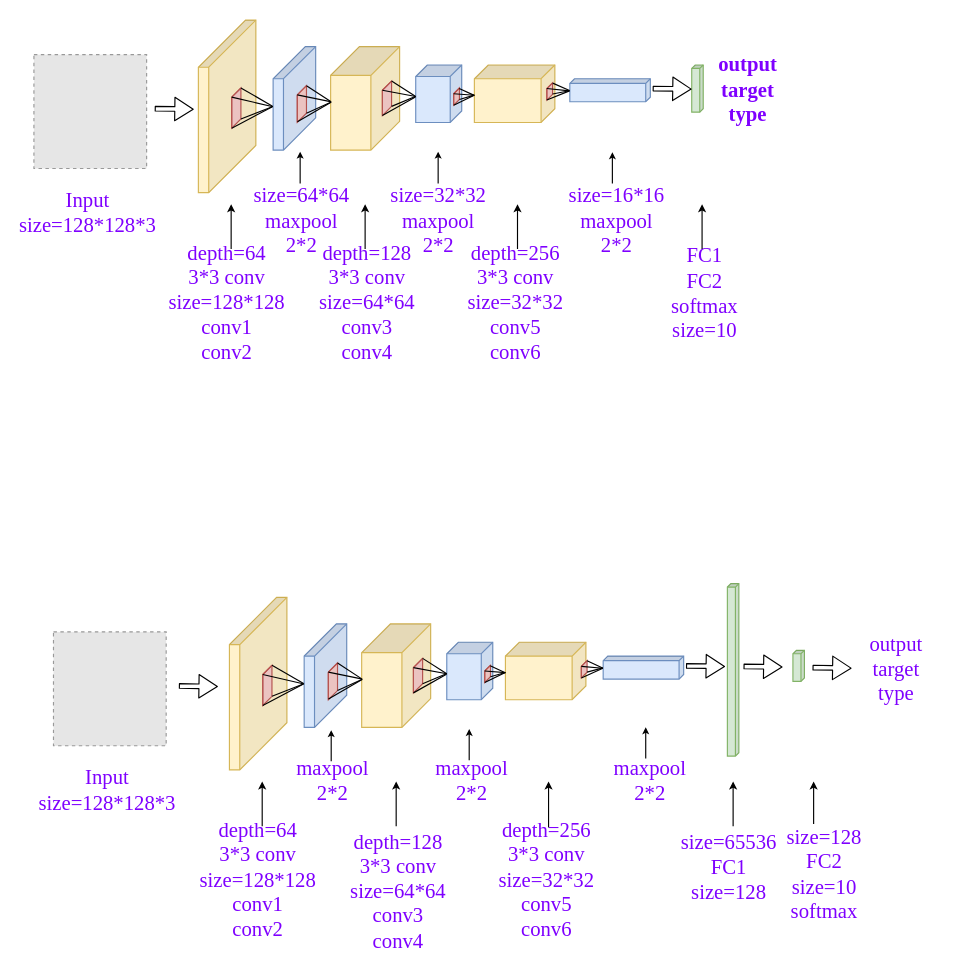
The draw.io diagram cnn.drawio in ByronGe/ff, before the edit. Source tidied: cells renumbered, new cells numbered last; positions are measured from the earlier drawing's top-left corner, leaving out a move shared by most shapes. Both pictures are drawn from the tidied source at 115%, with x=0, y=0 at pixel (33, 20). Pictures stored in the file or linked from it are replaced by grey dashed boxes.
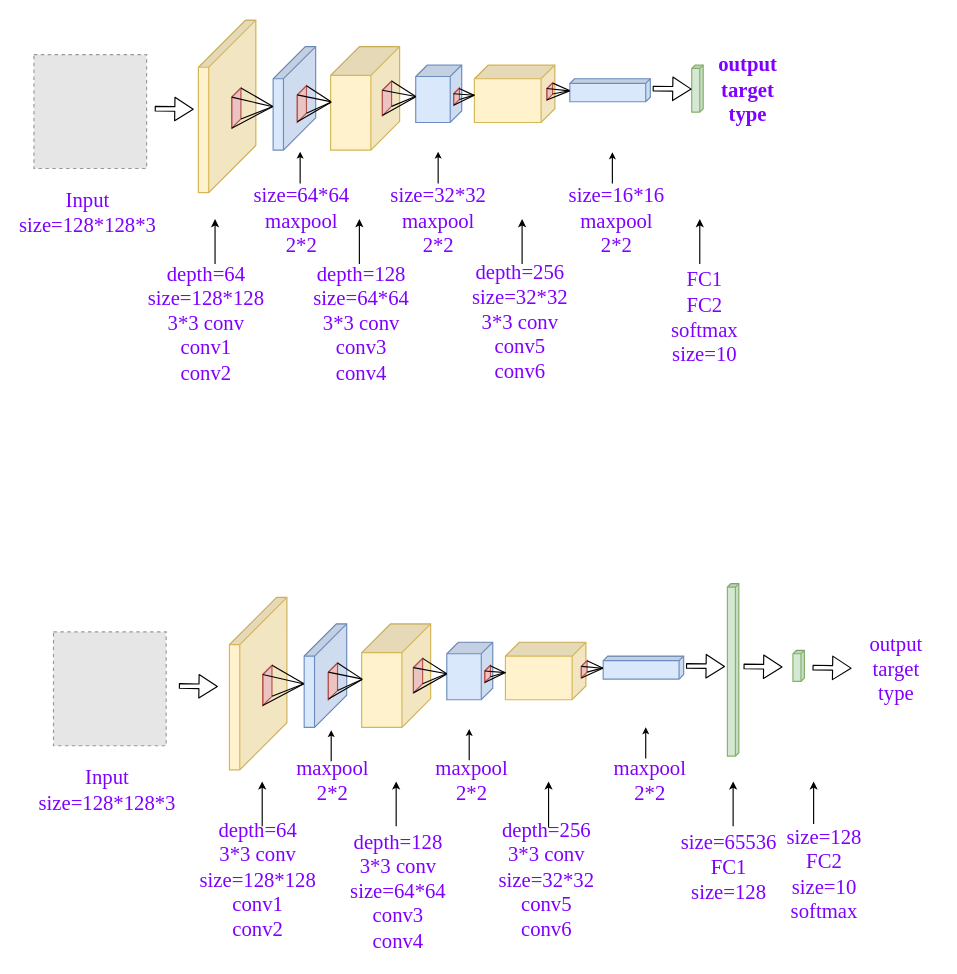
After the change.

Change to the diagram source:
```diff
@@
-    <mxCell id="34" value="&lt;font color=&quot;#7f00ff&quot; style=&quot;font-size: 18px&quot;&gt;&lt;span style=&quot;font-size: 18px&quot;&gt;depth=64&lt;br style=&quot;font-size: 18px&quot;&gt;3*3 conv&lt;br style=&quot;font-size: 18px&quot;&gt;size=128*128&lt;br style=&quot;font-size: 18px&quot;&gt;conv1&lt;br style=&quot;font-size: 18px&quot;&gt;conv2&lt;/span&gt;&lt;/font&gt;" style="text;html=1;strokeColor=none;fillColor=none;align=center;verticalAlign=middle;whiteSpace=wrap;rounded=0;fontFamily=Times New Roman;fontSize=18;fontStyle=0;" parent="1" vertex="1">
-      <mxGeometry x="128" y="212" width="80" height="68" as="geometry" />
+    <mxCell id="34" value="&lt;font color=&quot;#7f00ff&quot; style=&quot;font-size: 18px&quot;&gt;&lt;span style=&quot;font-size: 18px&quot;&gt;depth=64&lt;br&gt;&lt;/span&gt;&lt;/font&gt;&lt;span style=&quot;color: rgb(127 , 0 , 255)&quot;&gt;size=128*128&lt;/span&gt;&lt;br style=&quot;color: rgb(127 , 0 , 255)&quot;&gt;&lt;font color=&quot;#7f00ff&quot; style=&quot;font-size: 18px&quot;&gt;&lt;span style=&quot;font-size: 18px&quot;&gt;3*3 conv&lt;br style=&quot;font-size: 18px&quot;&gt;conv1&lt;br style=&quot;font-size: 18px&quot;&gt;conv2&lt;/span&gt;&lt;/font&gt;" style="text;html=1;strokeColor=none;fillColor=none;align=center;verticalAlign=middle;whiteSpace=wrap;rounded=0;fontFamily=Times New Roman;fontSize=18;fontStyle=0;" parent="1" vertex="1">
+      <mxGeometry x="98" y="205" width="104" height="118" as="geometry" />
     </mxCell>
@@
     <mxCell id="36" value="&lt;font color=&quot;#7f00ff&quot; style=&quot;font-size: 18px&quot;&gt;&lt;span style=&quot;font-size: 18px&quot;&gt;FC1&lt;br&gt;FC2&lt;br&gt;softmax&lt;br&gt;size=10&lt;br style=&quot;font-size: 18px&quot;&gt;&lt;/span&gt;&lt;/font&gt;" style="text;html=1;strokeColor=none;fillColor=none;align=center;verticalAlign=middle;whiteSpace=wrap;rounded=0;direction=south;fontFamily=Times New Roman;fontSize=18;fontStyle=0;" parent="1" vertex="1">
-      <mxGeometry x="543.5" y="206" width="79" height="64" as="geometry" />
+      <mxGeometry x="543.5" y="214" width="79" height="90" as="geometry" />
     </mxCell>
@@
     <mxCell id="39" style="endArrow=classic;html=1;endSize=4;fontSize=18;fontStyle=0;" parent="1" edge="1">
       <mxGeometry relative="1" as="geometry">
-        <mxPoint x="171.5" y="199" as="sourcePoint" />
-        <mxPoint x="171.5" y="160" as="targetPoint" />
+        <mxPoint x="157.5" y="212" as="sourcePoint" />
+        <mxPoint x="157.5" y="173" as="targetPoint" />
       </mxGeometry>
     </mxCell>
@@
-    <mxCell id="45" value="&lt;span style=&quot;font-size: 18px;&quot;&gt;&lt;font color=&quot;#7f00ff&quot; style=&quot;font-size: 18px;&quot;&gt;depth=128&lt;br style=&quot;font-size: 18px;&quot;&gt;3*3 conv&lt;br style=&quot;font-size: 18px;&quot;&gt;size=64*64&lt;br style=&quot;font-size: 18px;&quot;&gt;conv3&lt;br style=&quot;font-size: 18px;&quot;&gt;conv4&lt;/font&gt;&lt;/span&gt;" style="text;html=1;strokeColor=none;fillColor=none;align=center;verticalAlign=middle;whiteSpace=wrap;rounded=0;fontFamily=Times New Roman;fontSize=18;fontStyle=0;" parent="1" vertex="1">
-      <mxGeometry x="250" y="196" width="80" height="100" as="geometry" />
+    <mxCell id="45" value="&lt;span style=&quot;font-size: 18px&quot;&gt;&lt;font color=&quot;#7f00ff&quot; style=&quot;font-size: 18px&quot;&gt;depth=128&lt;br&gt;&lt;/font&gt;&lt;/span&gt;&lt;span style=&quot;color: rgb(127 , 0 , 255)&quot;&gt;size=64*64&lt;/span&gt;&lt;br style=&quot;color: rgb(127 , 0 , 255)&quot;&gt;&lt;span style=&quot;font-size: 18px&quot;&gt;&lt;font color=&quot;#7f00ff&quot; style=&quot;font-size: 18px&quot;&gt;3*3 conv&lt;br style=&quot;font-size: 18px&quot;&gt;conv3&lt;br style=&quot;font-size: 18px&quot;&gt;conv4&lt;/font&gt;&lt;/span&gt;" style="text;html=1;strokeColor=none;fillColor=none;align=center;verticalAlign=middle;whiteSpace=wrap;rounded=0;fontFamily=Times New Roman;fontSize=18;fontStyle=0;" parent="1" vertex="1">
+      <mxGeometry x="245" y="214" width="80" height="100" as="geometry" />
     </mxCell>
-    <mxCell id="46" value="&lt;span style=&quot;font-size: 18px;&quot;&gt;&lt;font color=&quot;#7f00ff&quot; style=&quot;font-size: 18px;&quot;&gt;depth=256&lt;br style=&quot;font-size: 18px;&quot;&gt;3*3 conv&lt;br style=&quot;font-size: 18px;&quot;&gt;size=32*32&lt;br style=&quot;font-size: 18px;&quot;&gt;conv5&lt;br style=&quot;font-size: 18px;&quot;&gt;conv6&lt;/font&gt;&lt;/span&gt;" style="text;html=1;strokeColor=none;fillColor=none;align=center;verticalAlign=middle;whiteSpace=wrap;rounded=0;fontFamily=Times New Roman;fontSize=18;fontStyle=0;" parent="1" vertex="1">
-      <mxGeometry x="379" y="212" width="80" height="68" as="geometry" />
+    <mxCell id="46" value="&lt;span style=&quot;font-size: 18px&quot;&gt;&lt;font color=&quot;#7f00ff&quot; style=&quot;font-size: 18px&quot;&gt;depth=256&lt;br&gt;&lt;/font&gt;&lt;/span&gt;&lt;span style=&quot;color: rgb(127 , 0 , 255)&quot;&gt;size=32*32&lt;/span&gt;&lt;br style=&quot;color: rgb(127 , 0 , 255)&quot;&gt;&lt;span style=&quot;font-size: 18px&quot;&gt;&lt;font color=&quot;#7f00ff&quot; style=&quot;font-size: 18px&quot;&gt;3*3 conv&lt;br style=&quot;font-size: 18px&quot;&gt;conv5&lt;br style=&quot;font-size: 18px&quot;&gt;conv6&lt;/font&gt;&lt;/span&gt;" style="text;html=1;strokeColor=none;fillColor=none;align=center;verticalAlign=middle;whiteSpace=wrap;rounded=0;fontFamily=Times New Roman;fontSize=18;fontStyle=0;" parent="1" vertex="1">
+      <mxGeometry x="383" y="214" width="80" height="98" as="geometry" />
     </mxCell>
     <mxCell id="47" style="endArrow=classic;html=1;endSize=4;exitX=0.5;exitY=0;exitDx=0;exitDy=0;fontSize=18;fontStyle=0;" parent="1" edge="1">
       <mxGeometry relative="1" as="geometry">
-        <mxPoint x="581" y="199" as="sourcePoint" />
-        <mxPoint x="581" y="160" as="targetPoint" />
+        <mxPoint x="579" y="212" as="sourcePoint" />
+        <mxPoint x="579" y="173" as="targetPoint" />
       </mxGeometry>
     </mxCell>
     <mxCell id="48" style="endArrow=classic;html=1;endSize=4;fontSize=18;fontStyle=0;" parent="1" edge="1">
       <mxGeometry relative="1" as="geometry">
-        <mxPoint x="288" y="199" as="sourcePoint" />
-        <mxPoint x="288" y="160" as="targetPoint" />
+        <mxPoint x="283" y="212" as="sourcePoint" />
+        <mxPoint x="283" y="173" as="targetPoint" />
       </mxGeometry>
     </mxCell>
     <mxCell id="49" style="endArrow=classic;html=1;endSize=4;fontSize=18;fontStyle=0;" parent="1" edge="1">
       <mxGeometry relative="1" as="geometry">
-        <mxPoint x="420.5" y="199" as="sourcePoint" />
-        <mxPoint x="420.5" y="160" as="targetPoint" />
+        <mxPoint x="424.5" y="212" as="sourcePoint" />
+        <mxPoint x="424.5" y="173" as="targetPoint" />
       </mxGeometry>
     </mxCell>
```
